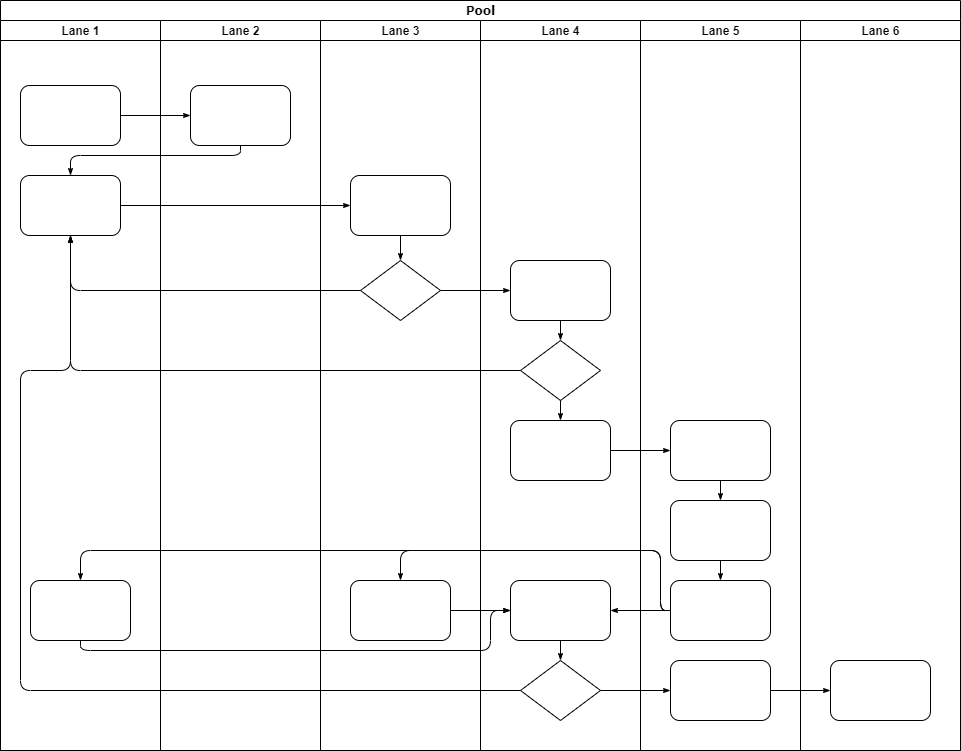
Earlier version of the draw.io export 流程图2.png (myshu2017-03-14/test-myshu-2018-1-13). Source tidied: cells renumbered, new cells last; positions are measured from the earlier drawing's top-left corner, leaving out a move shared by most shapes.
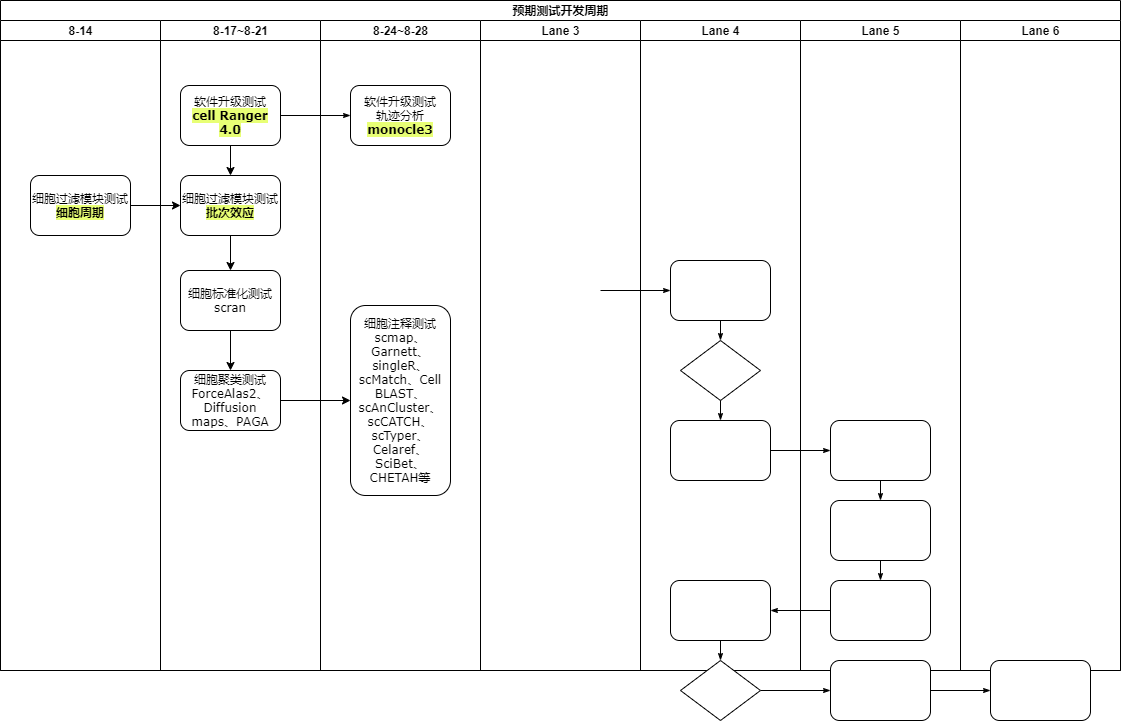
The same diagram one commit later.

Commit message:
更新流程图2.png

What changed in the source:
```diff
@@ -2,52 +2,46 @@
   <root>
     <mxCell id="0" />
     <mxCell id="1" parent="0" />
-    <mxCell id="2" value="Pool" style="swimlane;html=1;startSize=20;rounded=0;shadow=0;labelBackgroundColor=none;strokeWidth=1;fontFamily=Verdana;fontSize=8;align=center;" parent="1" vertex="1">
-      <mxGeometry width="960" height="750" as="geometry" />
+    <mxCell id="2" value="预期测试开发周期" style="swimlane;html=1;startSize=20;rounded=0;shadow=0;labelBackgroundColor=none;strokeWidth=1;fontFamily=Verdana;fontSize=8;align=center;" parent="1" vertex="1">
+      <mxGeometry width="1120" height="670" as="geometry" />
     </mxCell>
+    <mxCell id="47" value="8-14" style="swimlane;html=1;startSize=20;" parent="2" vertex="1">
+      <mxGeometry y="20" width="160" height="650" as="geometry" />
+    </mxCell>
+    <mxCell id="48" value="细胞过滤模块测试&lt;br&gt;&lt;b style=&quot;background-color: rgb(232 , 255 , 117)&quot;&gt;细胞周期&lt;/b&gt;" style="rounded=1;whiteSpace=wrap;html=1;shadow=0;labelBackgroundColor=none;strokeWidth=1;fontFamily=Verdana;fontSize=8;align=center;" parent="47" vertex="1">
+      <mxGeometry x="30" y="155" width="100" height="60" as="geometry" />
+    </mxCell>
-    <mxCell id="3" value="Lane 1" style="swimlane;html=1;startSize=20;" parent="2" vertex="1">
-      <mxGeometry y="20" width="160" height="730" as="geometry" />
+    <mxCell id="3" value="8-17~8-21" style="swimlane;html=1;startSize=20;" parent="2" vertex="1">
+      <mxGeometry x="160" y="20" width="160" height="650" as="geometry" />
     </mxCell>
+    <mxCell id="5" value="细胞标准化测试&lt;br&gt;scran" style="rounded=1;whiteSpace=wrap;html=1;shadow=0;labelBackgroundColor=none;strokeWidth=1;fontFamily=Verdana;fontSize=8;align=center;" parent="3" vertex="1">
+      <mxGeometry x="20" y="250" width="100" height="60" as="geometry" />
+    </mxCell>
+    <mxCell id="49" style="edgeStyle=orthogonalEdgeStyle;rounded=0;jettySize=auto;html=1;" parent="3" edge="1" source="4" target="6">
+      <mxGeometry relative="1" as="geometry" />
+    </mxCell>
-    <mxCell id="4" style="rounded=1;whiteSpace=wrap;html=1;shadow=0;labelBackgroundColor=none;strokeWidth=1;fontFamily=Verdana;fontSize=8;align=center;" parent="3" vertex="1">
+    <mxCell id="4" value="软件升级测试&lt;br&gt;&lt;span style=&quot;background-color: rgb(232 , 255 , 117)&quot;&gt;&lt;b&gt;cell Ranger 4.0&lt;/b&gt;&lt;/span&gt;" style="rounded=1;whiteSpace=wrap;html=1;shadow=0;labelBackgroundColor=none;strokeWidth=1;fontFamily=Verdana;fontSize=8;align=center;" parent="3" vertex="1">
       <mxGeometry x="20" y="65" width="100" height="60" as="geometry" />
     </mxCell>
-    <mxCell id="5" style="rounded=1;whiteSpace=wrap;html=1;shadow=0;labelBackgroundColor=none;strokeWidth=1;fontFamily=Verdana;fontSize=8;align=center;" parent="3" vertex="1">
-      <mxGeometry x="20" y="155" width="100" height="60" as="geometry" />
-    </mxCell>
+    <mxCell id="50" style="edgeStyle=orthogonalEdgeStyle;rounded=0;jettySize=auto;html=1;exitX=0.5;exitY=1;exitDx=0;exitDy=0;" parent="3" edge="1" source="6" target="5">
+      <mxGeometry relative="1" as="geometry" />
+    </mxCell>
-    <mxCell id="6" style="rounded=1;whiteSpace=wrap;html=1;shadow=0;labelBackgroundColor=none;strokeWidth=1;fontFamily=Verdana;fontSize=8;align=center;" parent="3" vertex="1">
-      <mxGeometry x="30" y="560" width="100" height="60" as="geometry" />
+    <mxCell id="6" value="细胞过滤模块测试&lt;br&gt;&lt;b style=&quot;background-color: rgb(232 , 255 , 117)&quot;&gt;批次效应&lt;/b&gt;" style="rounded=1;whiteSpace=wrap;html=1;shadow=0;labelBackgroundColor=none;strokeWidth=1;fontFamily=Verdana;fontSize=8;align=center;" parent="3" vertex="1">
+      <mxGeometry x="20" y="155" width="100" height="60" as="geometry" />
     </mxCell>
+    <mxCell id="9" style="rounded=1;jettySize=auto;html=1;entryX=0.5;entryY=0;entryDx=0;entryDy=0;" parent="3" edge="1" source="5" target="25">
+      <mxGeometry relative="1" as="geometry" />
+    </mxCell>
+    <mxCell id="25" value="&lt;div&gt;&lt;span style=&quot;font-size: 8px&quot;&gt;细胞聚类测试&lt;/span&gt;&lt;/div&gt;&lt;div&gt;&lt;span style=&quot;font-size: 8px&quot;&gt;ForceAlas2、&lt;/span&gt;&lt;/div&gt;&lt;div&gt;&lt;span style=&quot;font-size: 8px&quot;&gt;Diffusion maps、PAGA&lt;/span&gt;&lt;/div&gt;" style="rounded=1;whiteSpace=wrap;html=1;shadow=0;labelBackgroundColor=none;strokeWidth=1;fontFamily=Verdana;fontSize=8;align=center;" parent="3" vertex="1">
+      <mxGeometry x="20" y="350" width="100" height="60" as="geometry" />
+    </mxCell>
     <mxCell id="7" style="edgeStyle=orthogonalEdgeStyle;rounded=1;html=1;labelBackgroundColor=none;startArrow=none;startFill=0;startSize=5;endArrow=classicThin;endFill=1;endSize=5;jettySize=auto;strokeWidth=1;fontFamily=Verdana;fontSize=8;" parent="2" edge="1" source="4" target="23">
       <mxGeometry relative="1" as="geometry" />
     </mxCell>
-    <mxCell id="8" style="edgeStyle=orthogonalEdgeStyle;rounded=1;html=1;labelBackgroundColor=none;startArrow=none;startFill=0;startSize=5;endArrow=classicThin;endFill=1;endSize=5;jettySize=auto;strokeWidth=1;fontFamily=Verdana;fontSize=8;" parent="2" edge="1" source="23" target="5">
-      <mxGeometry relative="1" as="geometry">
-        <Array as="points">
-          <mxPoint x="240" y="155" />
-          <mxPoint x="70" y="155" />
-        </Array>
-      </mxGeometry>
-    </mxCell>
-    <mxCell id="9" style="edgeStyle=orthogonalEdgeStyle;rounded=1;html=1;labelBackgroundColor=none;startArrow=none;startFill=0;startSize=5;endArrow=classicThin;endFill=1;endSize=5;jettySize=auto;strokeWidth=1;fontFamily=Verdana;fontSize=8;" parent="2" edge="1" source="5" target="25">
-      <mxGeometry relative="1" as="geometry" />
-    </mxCell>
-    <mxCell id="10" style="edgeStyle=orthogonalEdgeStyle;rounded=1;html=1;labelBackgroundColor=none;startArrow=none;startFill=0;startSize=5;endArrow=classicThin;endFill=1;endSize=5;jettySize=auto;strokeWidth=1;fontFamily=Verdana;fontSize=8;" parent="2" edge="1" source="26" target="5">
-      <mxGeometry relative="1" as="geometry" />
-    </mxCell>
-    <mxCell id="11" style="edgeStyle=orthogonalEdgeStyle;rounded=1;html=1;labelBackgroundColor=none;startArrow=none;startFill=0;startSize=5;endArrow=classicThin;endFill=1;endSize=5;jettySize=auto;strokeWidth=1;fontFamily=Verdana;fontSize=8;" parent="2" edge="1" source="31" target="5">
-      <mxGeometry relative="1" as="geometry" />
-    </mxCell>
-    <mxCell id="12" style="edgeStyle=orthogonalEdgeStyle;rounded=1;html=1;labelBackgroundColor=none;startArrow=none;startFill=0;startSize=5;endArrow=classicThin;endFill=1;endSize=5;jettySize=auto;strokeWidth=1;fontFamily=Verdana;fontSize=8;" parent="2" edge="1" source="34" target="5">
-      <mxGeometry relative="1" as="geometry">
-        <Array as="points">
-          <mxPoint x="20" y="690" />
-          <mxPoint x="20" y="370" />
-          <mxPoint x="70" y="370" />
-        </Array>
-      </mxGeometry>
-    </mxCell>
-    <mxCell id="13" style="edgeStyle=orthogonalEdgeStyle;rounded=1;html=1;labelBackgroundColor=none;startArrow=none;startFill=0;startSize=5;endArrow=classicThin;endFill=1;endSize=5;jettySize=auto;strokeWidth=1;fontFamily=Verdana;fontSize=8;" parent="2" edge="1" source="26" target="30">
-      <mxGeometry relative="1" as="geometry" />
+    <mxCell id="13" style="edgeStyle=orthogonalEdgeStyle;rounded=1;html=1;labelBackgroundColor=none;startArrow=none;startFill=0;startSize=5;endArrow=classicThin;endFill=1;endSize=5;jettySize=auto;strokeWidth=1;fontFamily=Verdana;fontSize=8;" parent="2" edge="1" target="30">
+      <mxGeometry relative="1" as="geometry">
+        <mxPoint x="600" y="290" as="sourcePoint" />
+      </mxGeometry>
     </mxCell>
     <mxCell id="14" style="edgeStyle=orthogonalEdgeStyle;rounded=1;html=1;labelBackgroundColor=none;startArrow=none;startFill=0;startSize=5;endArrow=classicThin;endFill=1;endSize=5;jettySize=auto;strokeWidth=1;fontFamily=Verdana;fontSize=8;" parent="2" edge="1" source="34" target="42">
       <mxGeometry relative="1" as="geometry" />
@@ -58,62 +52,23 @@
     <mxCell id="16" style="edgeStyle=orthogonalEdgeStyle;rounded=1;html=1;labelBackgroundColor=none;startArrow=none;startFill=0;startSize=5;endArrow=classicThin;endFill=1;endSize=5;jettySize=auto;strokeWidth=1;fontFamily=Verdana;fontSize=8;" parent="2" edge="1" source="32" target="39">
       <mxGeometry relative="1" as="geometry" />
     </mxCell>
-    <mxCell id="17" style="edgeStyle=orthogonalEdgeStyle;rounded=1;html=1;labelBackgroundColor=none;startArrow=none;startFill=0;startSize=5;endArrow=classicThin;endFill=1;endSize=5;jettySize=auto;strokeWidth=1;fontFamily=Verdana;fontSize=8;" parent="2" edge="1" source="41" target="27">
-      <mxGeometry relative="1" as="geometry">
-        <Array as="points">
-          <mxPoint x="660" y="610" />
-          <mxPoint x="660" y="550" />
-          <mxPoint x="400" y="550" />
-        </Array>
-      </mxGeometry>
-    </mxCell>
     <mxCell id="18" style="edgeStyle=orthogonalEdgeStyle;rounded=1;html=1;labelBackgroundColor=none;startArrow=none;startFill=0;startSize=5;endArrow=classicThin;endFill=1;endSize=5;jettySize=auto;strokeColor=#000000;strokeWidth=1;fontFamily=Verdana;fontSize=8;fontColor=#000000;" parent="2" edge="1" source="41" target="33">
       <mxGeometry relative="1" as="geometry" />
     </mxCell>
-    <mxCell id="19" style="edgeStyle=orthogonalEdgeStyle;rounded=1;html=1;labelBackgroundColor=none;startArrow=none;startFill=0;startSize=5;endArrow=classicThin;endFill=1;endSize=5;jettySize=auto;strokeWidth=1;fontFamily=Verdana;fontSize=8;" parent="2" edge="1" source="41" target="6">
-      <mxGeometry relative="1" as="geometry">
-        <Array as="points">
-          <mxPoint x="660" y="610" />
-          <mxPoint x="660" y="550" />
-          <mxPoint x="80" y="550" />
-        </Array>
-      </mxGeometry>
-    </mxCell>
-    <mxCell id="20" style="edgeStyle=orthogonalEdgeStyle;rounded=1;html=1;labelBackgroundColor=none;startArrow=none;startFill=0;startSize=5;endArrow=classicThin;endFill=1;endSize=5;jettySize=auto;strokeWidth=1;fontFamily=Verdana;fontSize=8;" parent="2" edge="1" source="6" target="33">
-      <mxGeometry relative="1" as="geometry">
-        <Array as="points">
-          <mxPoint x="80" y="650" />
-          <mxPoint x="490" y="650" />
-          <mxPoint x="490" y="610" />
-        </Array>
-      </mxGeometry>
-    </mxCell>
-    <mxCell id="21" style="edgeStyle=orthogonalEdgeStyle;rounded=1;html=1;labelBackgroundColor=none;startArrow=none;startFill=0;startSize=5;endArrow=classicThin;endFill=1;endSize=5;jettySize=auto;strokeWidth=1;fontFamily=Verdana;fontSize=8;" parent="2" edge="1" source="27" target="33">
-      <mxGeometry relative="1" as="geometry" />
-    </mxCell>
-    <mxCell id="22" value="Lane 2" style="swimlane;html=1;startSize=20;" parent="2" vertex="1">
-      <mxGeometry x="160" y="20" width="160" height="730" as="geometry" />
+    <mxCell id="22" value="8-24~8-28" style="swimlane;html=1;startSize=20;" parent="2" vertex="1">
+      <mxGeometry x="320" y="20" width="160" height="650" as="geometry" />
     </mxCell>
+    <mxCell id="27" value="&lt;div&gt;&lt;span style=&quot;font-size: 8px&quot;&gt;细胞注释测试&lt;/span&gt;&lt;/div&gt;&lt;div&gt;&lt;span style=&quot;font-size: 8px&quot;&gt;scmap、Garnett、singleR、scMatch、Cell&lt;/span&gt;&lt;/div&gt;&lt;div&gt;&lt;span style=&quot;font-size: 8px&quot;&gt;BLAST、scAnCluster、scCATCH、scTyper、Celaref、SciBet、CHETAH等&lt;/span&gt;&lt;/div&gt;" style="rounded=1;whiteSpace=wrap;html=1;shadow=0;labelBackgroundColor=none;strokeWidth=1;fontFamily=Verdana;fontSize=8;align=center;" parent="22" vertex="1">
+      <mxGeometry x="30" y="285" width="100" height="190" as="geometry" />
+    </mxCell>
-    <mxCell id="23" style="rounded=1;whiteSpace=wrap;html=1;shadow=0;labelBackgroundColor=none;strokeWidth=1;fontFamily=Verdana;fontSize=8;align=center;" parent="22" vertex="1">
+    <mxCell id="23" value="&lt;font style=&quot;font-size: 9px&quot;&gt;&lt;span&gt;软件升级测试&lt;br&gt;&lt;/span&gt;轨迹分析&lt;span lang=&quot;EN-US&quot; style=&quot;background-color: rgb(232 , 255 , 117)&quot;&gt;&lt;b&gt;monocle3&lt;/b&gt;&lt;/span&gt;&lt;/font&gt;&lt;span&gt;&lt;br&gt;&lt;/span&gt;" style="rounded=1;whiteSpace=wrap;html=1;shadow=0;labelBackgroundColor=none;strokeWidth=1;fontFamily=Verdana;fontSize=8;align=center;" parent="22" vertex="1">
       <mxGeometry x="30" y="65" width="100" height="60" as="geometry" />
     </mxCell>
     <mxCell id="24" value="Lane 3" style="swimlane;html=1;startSize=20;" parent="2" vertex="1">
-      <mxGeometry x="320" y="20" width="160" height="730" as="geometry" />
+      <mxGeometry x="480" y="20" width="160" height="650" as="geometry" />
     </mxCell>
-    <mxCell id="25" style="rounded=1;whiteSpace=wrap;html=1;shadow=0;labelBackgroundColor=none;strokeWidth=1;fontFamily=Verdana;fontSize=8;align=center;" parent="24" vertex="1">
-      <mxGeometry x="30" y="155" width="100" height="60" as="geometry" />
-    </mxCell>
-    <mxCell id="26" style="rhombus;whiteSpace=wrap;html=1;rounded=0;shadow=0;labelBackgroundColor=none;strokeWidth=1;fontFamily=Verdana;fontSize=8;align=center;" parent="24" vertex="1">
-      <mxGeometry x="40" y="240" width="80" height="60" as="geometry" />
-    </mxCell>
-    <mxCell id="27" style="rounded=1;whiteSpace=wrap;html=1;shadow=0;labelBackgroundColor=none;strokeWidth=1;fontFamily=Verdana;fontSize=8;align=center;" parent="24" vertex="1">
-      <mxGeometry x="30" y="560" width="100" height="60" as="geometry" />
-    </mxCell>
-    <mxCell id="28" style="edgeStyle=orthogonalEdgeStyle;rounded=1;html=1;labelBackgroundColor=none;startArrow=none;startFill=0;startSize=5;endArrow=classicThin;endFill=1;endSize=5;jettySize=auto;strokeWidth=1;fontFamily=Verdana;fontSize=8;" parent="24" edge="1" source="25" target="26">
-      <mxGeometry relative="1" as="geometry" />
-    </mxCell>
     <mxCell id="29" value="Lane 4" style="swimlane;html=1;startSize=20;" parent="2" vertex="1">
-      <mxGeometry x="480" y="20" width="160" height="730" as="geometry" />
+      <mxGeometry x="640" y="20" width="160" height="650" as="geometry" />
     </mxCell>
     <mxCell id="30" style="rounded=1;whiteSpace=wrap;html=1;shadow=0;labelBackgroundColor=none;strokeWidth=1;fontFamily=Verdana;fontSize=8;align=center;" parent="29" vertex="1">
       <mxGeometry x="30" y="240" width="100" height="60" as="geometry" />
@@ -140,7 +95,7 @@
       <mxGeometry relative="1" as="geometry" />
     </mxCell>
     <mxCell id="38" value="Lane 5" style="swimlane;html=1;startSize=20;" parent="2" vertex="1">
-      <mxGeometry x="640" y="20" width="160" height="730" as="geometry" />
+      <mxGeometry x="800" y="20" width="160" height="650" as="geometry" />
     </mxCell>
     <mxCell id="39" style="rounded=1;whiteSpace=wrap;html=1;shadow=0;labelBackgroundColor=none;strokeWidth=1;fontFamily=Verdana;fontSize=8;align=center;" parent="38" vertex="1">
       <mxGeometry x="30" y="400" width="100" height="60" as="geometry" />
@@ -161,10 +116,16 @@
       <mxGeometry relative="1" as="geometry" />
     </mxCell>
     <mxCell id="45" value="Lane 6" style="swimlane;html=1;startSize=20;" parent="2" vertex="1">
-      <mxGeometry x="800" y="20" width="160" height="730" as="geometry" />
+      <mxGeometry x="960" y="20" width="160" height="650" as="geometry" />
     </mxCell>
     <mxCell id="46" style="rounded=1;whiteSpace=wrap;html=1;shadow=0;labelBackgroundColor=none;strokeWidth=1;fontFamily=Verdana;fontSize=8;align=center;" parent="45" vertex="1">
       <mxGeometry x="30" y="640" width="100" height="60" as="geometry" />
     </mxCell>
+    <mxCell id="51" style="edgeStyle=orthogonalEdgeStyle;rounded=0;jettySize=auto;html=1;entryX=0;entryY=0.5;entryDx=0;entryDy=0;" parent="2" edge="1" source="48" target="6">
+      <mxGeometry relative="1" as="geometry" />
+    </mxCell>
+    <mxCell id="52" style="edgeStyle=none;rounded=1;jettySize=auto;html=1;" parent="2" edge="1" source="25" target="27">
+      <mxGeometry relative="1" as="geometry" />
+    </mxCell>
   </root>
 </mxGraphModel>
```
